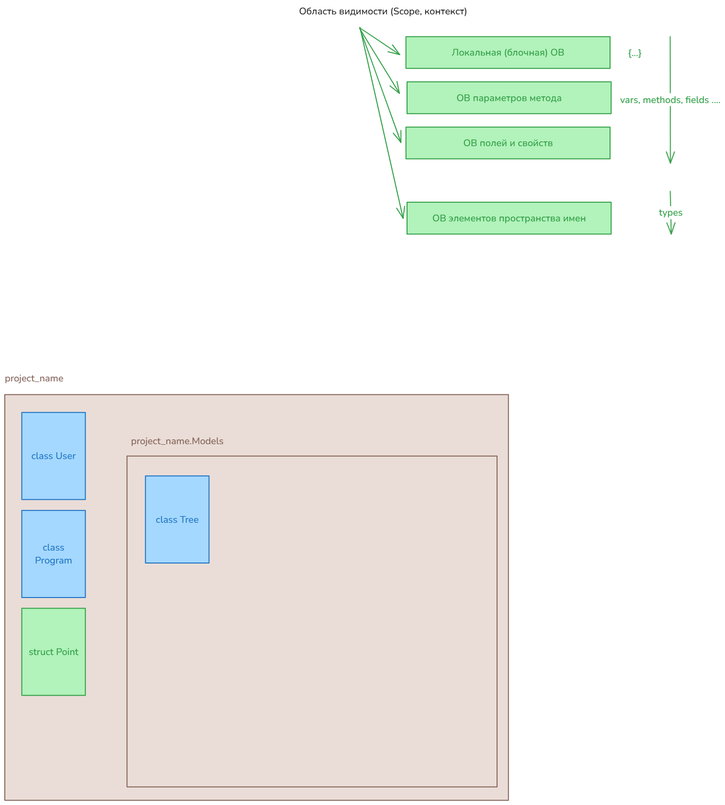
This is img/4.namespaces.excalidraw.png from silvercodes/p42_dotnet, a Excalidraw export, as it was before one commit. Source tidied: one line per element, renumbered; positions are measured from the earlier drawing's top-left corner, leaving out a move shared by most shapes.
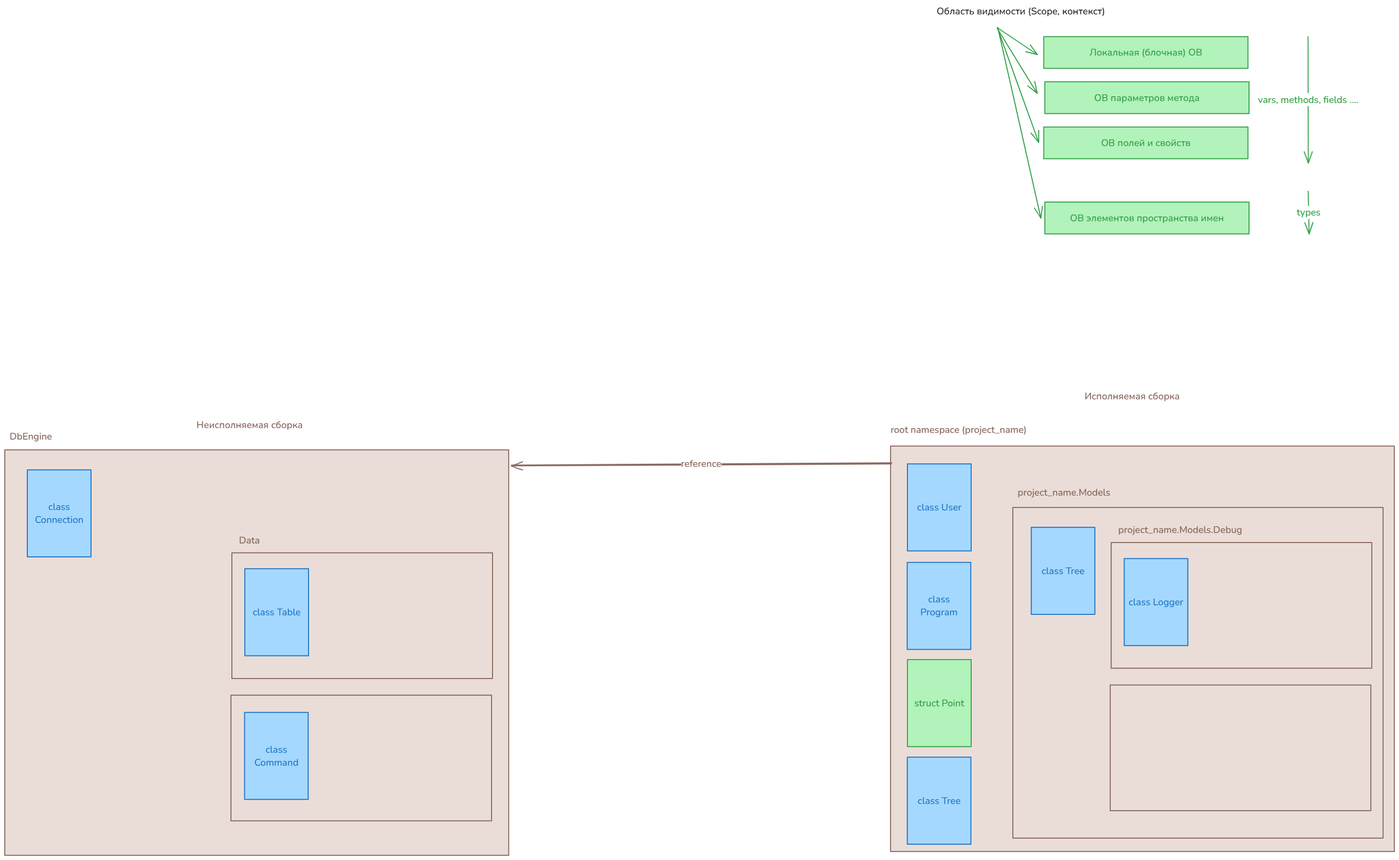
Later version of the same file.

Diff of the diagram source:
```diff
@@ -1,9 +1,9 @@
-{"id": 0, "type": "rectangle", "strokeColor": "#846358", "backgroundColor": "#eaddd7", "fillStyle": "solid", "strokeWidth": 2, "roughness": 0, "x": 0, "y": 814, "width": 1052, "height": 847}
+{"id": 29, "type": "rectangle", "strokeColor": "#846358", "backgroundColor": "#eaddd7", "fillStyle": "solid", "strokeWidth": 2, "roughness": 0, "x": 518, "y": 922, "width": 1052, "height": 847}
 {"id": 1, "type": "text", "text": "Область видимости (Scope, контекст)", "strokeColor": "#1e1e1e", "strokeWidth": 2, "roughness": 1, "fontSize": 20, "fontFamily": 6, "x": 614, "y": 0, "width": 351, "height": 27}
 {"id": 2, "type": "rectangle", "strokeColor": "#2f9e44", "backgroundColor": "#b2f2bb", "fillStyle": "solid", "strokeWidth": 2, "roughness": 0, "x": 838, "y": 66, "width": 426, "height": 66}
 {"id": 3, "type": "text", "text": "Локальная (блочная) ОВ", "strokeColor": "#2f9e44", "backgroundColor": "#b2f2bb", "fillStyle": "solid", "strokeWidth": 2, "roughness": 0, "fontSize": 20, "fontFamily": 6, "textAlign": "center", "verticalAlign": "middle", "inside": 2, "x": 933, "y": 86, "width": 235, "height": 27}
 {"id": 4, "type": "rectangle", "strokeColor": "#2f9e44", "backgroundColor": "#b2f2bb", "fillStyle": "solid", "strokeWidth": 2, "roughness": 0, "x": 840, "y": 161, "width": 426, "height": 66}
-{"id": 5, "type": "text", "text": "ОВ параметров метода", "strokeColor": "#2f9e44", "backgroundColor": "#b2f2bb", "fillStyle": "solid", "strokeWidth": 2, "roughness": 0, "fontSize": 20, "fontFamily": 6, "textAlign": "center", "verticalAlign": "middle", "inside": 4, "x": 943, "y": 181, "width": 220, "height": 27}
+{"id": 5, "type": "text", "text": "ОВ параметров метода", "strokeColor": "#2f9e44", "backgroundColor": "#b2f2bb", "fillStyle": "solid", "strokeWidth": 2, "roughness": 0, "fontSize": 20, "fontFamily": 6, "textAlign": "center", "verticalAlign": "middle", "inside": 4, "x": 943, "y": 180, "width": 220, "height": 27}
 {"id": 6, "type": "rectangle", "strokeColor": "#2f9e44", "backgroundColor": "#b2f2bb", "fillStyle": "solid", "strokeWidth": 2, "roughness": 0, "x": 838, "y": 255, "width": 426, "height": 66}
 {"id": 7, "type": "text", "text": "ОВ полей и свойств", "strokeColor": "#2f9e44", "backgroundColor": "#b2f2bb", "fillStyle": "solid", "strokeWidth": 2, "roughness": 0, "fontSize": 20, "fontFamily": 6, "textAlign": "center", "verticalAlign": "middle", "inside": 6, "x": 957, "y": 275, "width": 187, "height": 27}
 {"id": 8, "type": "rectangle", "strokeColor": "#2f9e44", "backgroundColor": "#b2f2bb", "fillStyle": "solid", "strokeWidth": 2, "roughness": 0, "x": 840, "y": 412, "width": 426, "height": 66}
@@ -13,17 +13,39 @@
 {"id": 12, "type": "arrow", "strokeColor": "#2f9e44", "backgroundColor": "#b2f2bb", "fillStyle": "solid", "strokeWidth": 2, "roughness": 0, "endArrowhead": "arrow", "round": true, "to": 6, "x": 741, "y": 48, "width": 86, "height": 239, "points": [[0, 0], [86, 239]]}
 {"id": 13, "type": "arrow", "strokeColor": "#2f9e44", "backgroundColor": "#b2f2bb", "fillStyle": "solid", "strokeWidth": 2, "roughness": 0, "endArrowhead": "arrow", "round": true, "to": 8, "x": 742, "y": 47, "width": 90, "height": 398, "points": [[0, 0], [90, 398]]}
 {"id": 14, "type": "arrow", "strokeColor": "#2f9e44", "backgroundColor": "#b2f2bb", "fillStyle": "solid", "strokeWidth": 2, "roughness": 0, "endArrowhead": "arrow", "round": true, "x": 1389, "y": 66, "width": 1, "height": 264, "points": [[0, 0], [1, 264]]}
-{"id": 15, "type": "text", "text": "vars, methods, fields ....", "strokeColor": "#2f9e44", "backgroundColor": "#b2f2bb", "fillStyle": "solid", "strokeWidth": 2, "roughness": 0, "fontSize": 20, "fontFamily": 6, "textAlign": "center", "verticalAlign": "middle", "inside": 14, "x": 1219, "y": 180, "width": 210, "height": 27}
+{"id": 15, "type": "text", "text": "vars, methods, fields ....", "strokeColor": "#2f9e44", "backgroundColor": "#b2f2bb", "fillStyle": "solid", "strokeWidth": 2, "roughness": 0, "fontSize": 20, "fontFamily": 6, "textAlign": "center", "verticalAlign": "middle", "inside": 14, "x": 1737, "y": 288, "width": 210, "height": 27}
 {"id": 16, "type": "arrow", "strokeColor": "#2f9e44", "backgroundColor": "#b2f2bb", "fillStyle": "solid", "strokeWidth": 2, "roughness": 0, "endArrowhead": "arrow", "round": true, "x": 1390, "y": 389, "width": 2, "height": 89, "points": [[0, 0], [2, 89]]}
-{"id": 17, "type": "text", "text": "types", "strokeColor": "#2f9e44", "backgroundColor": "#b2f2bb", "fillStyle": "solid", "strokeWidth": 2, "roughness": 0, "fontSize": 20, "fontFamily": 6, "textAlign": "center", "verticalAlign": "middle", "inside": 16, "x": 1298, "y": 430, "width": 50, "height": 27}
+{"id": 17, "type": "text", "text": "types", "strokeColor": "#2f9e44", "backgroundColor": "#b2f2bb", "fillStyle": "solid", "strokeWidth": 2, "roughness": 0, "fontSize": 20, "fontFamily": 6, "textAlign": "center", "verticalAlign": "middle", "inside": 16, "x": 1816, "y": 538, "width": 50, "height": 27}
-{"id": 18, "type": "rectangle", "strokeColor": "#1971c2", "backgroundColor": "#a5d8ff", "fillStyle": "solid", "strokeWidth": 2, "roughness": 0, "x": 35, "y": 851, "width": 133, "height": 182}
+{"id": 18, "type": "rectangle", "strokeColor": "#1971c2", "backgroundColor": "#a5d8ff", "fillStyle": "solid", "strokeWidth": 2, "roughness": 0, "x": 553, "y": 959, "width": 133, "height": 182}
-{"id": 19, "type": "text", "text": "class User", "strokeColor": "#1971c2", "backgroundColor": "#a5d8ff", "fillStyle": "solid", "strokeWidth": 2, "roughness": 0, "fontSize": 20, "fontFamily": 6, "textAlign": "center", "verticalAlign": "middle", "inside": 18, "x": 55, "y": 928, "width": 93, "height": 27}
+{"id": 19, "type": "text", "text": "class User", "strokeColor": "#1971c2", "backgroundColor": "#a5d8ff", "fillStyle": "solid", "strokeWidth": 2, "roughness": 0, "fontSize": 20, "fontFamily": 6, "textAlign": "center", "verticalAlign": "middle", "inside": 18, "x": 573, "y": 1036, "width": 93, "height": 27}
-{"id": 20, "type": "text", "text": "project_name", "strokeColor": "#846358", "backgroundColor": "#eaddd7", "fillStyle": "solid", "strokeWidth": 2, "roughness": 0, "fontSize": 20, "fontFamily": 6, "x": 0, "y": 765, "width": 122, "height": 27}
+{"id": 20, "type": "text", "text": "root namespace (project_name)", "strokeColor": "#846358", "backgroundColor": "#eaddd7", "fillStyle": "solid", "strokeWidth": 2, "roughness": 0, "fontSize": 20, "fontFamily": 6, "x": 518, "y": 873, "width": 284, "height": 27}
-{"id": 21, "type": "rectangle", "strokeColor": "#1971c2", "backgroundColor": "#a5d8ff", "fillStyle": "solid", "strokeWidth": 2, "roughness": 0, "x": 35, "y": 1055, "width": 133, "height": 182}
+{"id": 21, "type": "rectangle", "strokeColor": "#1971c2", "backgroundColor": "#a5d8ff", "fillStyle": "solid", "strokeWidth": 2, "roughness": 0, "x": 553, "y": 1165, "width": 133, "height": 182}
-{"id": 22, "type": "text", "text": "class\nProgram", "strokeColor": "#1971c2", "backgroundColor": "#a5d8ff", "fillStyle": "solid", "strokeWidth": 2, "roughness": 0, "fontSize": 20, "fontFamily": 6, "textAlign": "center", "verticalAlign": "middle", "inside": 21, "x": 63, "y": 1119, "width": 78, "height": 54}
+{"id": 22, "type": "text", "text": "class\nProgram", "strokeColor": "#1971c2", "backgroundColor": "#a5d8ff", "fillStyle": "solid", "strokeWidth": 2, "roughness": 0, "fontSize": 20, "fontFamily": 6, "textAlign": "center", "verticalAlign": "middle", "inside": 21, "x": 580, "y": 1228, "width": 78, "height": 54}
-{"id": 23, "type": "rectangle", "strokeColor": "#2f9e44", "backgroundColor": "#b2f2bb", "fillStyle": "solid", "strokeWidth": 2, "roughness": 0, "x": 35, "y": 1259, "width": 133, "height": 182}
+{"id": 23, "type": "rectangle", "strokeColor": "#2f9e44", "backgroundColor": "#b2f2bb", "fillStyle": "solid", "strokeWidth": 2, "roughness": 0, "x": 553, "y": 1367, "width": 133, "height": 182}
-{"id": 24, "type": "text", "text": "struct Point", "strokeColor": "#2f9e44", "backgroundColor": "#a5d8ff", "fillStyle": "solid", "strokeWidth": 2, "roughness": 0, "fontSize": 20, "fontFamily": 6, "textAlign": "center", "verticalAlign": "middle", "inside": 23, "x": 50, "y": 1337, "width": 104, "height": 27}
+{"id": 24, "type": "text", "text": "struct Point", "strokeColor": "#2f9e44", "backgroundColor": "#a5d8ff", "fillStyle": "solid", "strokeWidth": 2, "roughness": 0, "fontSize": 20, "fontFamily": 6, "textAlign": "center", "verticalAlign": "middle", "inside": 23, "x": 568, "y": 1445, "width": 104, "height": 27}
-{"id": 25, "type": "rectangle", "strokeColor": "#846358", "backgroundColor": "#eaddd7", "fillStyle": "solid", "strokeWidth": 2, "roughness": 0, "x": 255, "y": 942, "width": 773, "height": 691}
+{"id": 30, "type": "rectangle", "strokeColor": "#846358", "backgroundColor": "#eaddd7", "fillStyle": "solid", "strokeWidth": 2, "roughness": 0, "x": 773, "y": 1050, "width": 773, "height": 691}
+{"id": 31, "type": "rectangle", "strokeColor": "#1971c2", "backgroundColor": "#a5d8ff", "fillStyle": "solid", "strokeWidth": 2, "roughness": 0, "x": 812, "y": 1091, "width": 133, "height": 182}
+{"id": 32, "type": "text", "text": "class Tree", "strokeColor": "#1971c2", "backgroundColor": "#a5d8ff", "fillStyle": "solid", "strokeWidth": 2, "roughness": 0, "fontSize": 20, "fontFamily": 6, "textAlign": "center", "verticalAlign": "middle", "inside": 31, "x": 833, "y": 1169, "width": 90, "height": 27}
+{"id": 33, "type": "text", "text": "project_name.Models", "strokeColor": "#846358", "backgroundColor": "#b2f2bb", "fillStyle": "solid", "strokeWidth": 2, "roughness": 0, "fontSize": 20, "fontFamily": 6, "x": 783, "y": 1004, "width": 193, "height": 27}
+{"id": 34, "type": "rectangle", "strokeColor": "#1971c2", "backgroundColor": "#a5d8ff", "fillStyle": "solid", "strokeWidth": 2, "roughness": 0, "x": 553, "y": 1571, "width": 133, "height": 182}
+{"id": 35, "type": "text", "text": "class Tree", "strokeColor": "#1971c2", "backgroundColor": "#a5d8ff", "fillStyle": "solid", "strokeWidth": 2, "roughness": 0, "fontSize": 20, "fontFamily": 6, "textAlign": "center", "verticalAlign": "middle", "inside": 34, "x": 575, "y": 1649, "width": 90, "height": 27}
+{"id": 36, "type": "rectangle", "strokeColor": "#846358", "backgroundColor": "#eaddd7", "fillStyle": "solid", "strokeWidth": 2, "roughness": 0, "x": 979, "y": 1123, "width": 544, "height": 263}
+{"id": 37, "type": "text", "text": "project_name.Models.Debug", "strokeColor": "#846358", "backgroundColor": "#b2f2bb", "fillStyle": "solid", "strokeWidth": 2, "roughness": 0, "fontSize": 20, "fontFamily": 6, "x": 993, "y": 1083, "width": 291, "height": 27}
+{"id": 38, "type": "rectangle", "strokeColor": "#1971c2", "backgroundColor": "#a5d8ff", "fillStyle": "solid", "strokeWidth": 2, "roughness": 0, "x": 1006, "y": 1157, "width": 133, "height": 182}
+{"id": 39, "type": "text", "text": "class Logger", "strokeColor": "#1971c2", "backgroundColor": "#a5d8ff", "fillStyle": "solid", "strokeWidth": 2, "roughness": 0, "fontSize": 20, "fontFamily": 6, "textAlign": "center", "verticalAlign": "middle", "inside": 38, "x": 1015, "y": 1234, "width": 114, "height": 27}
+{"id": 40, "type": "rectangle", "strokeColor": "#846358", "backgroundColor": "#eaddd7", "fillStyle": "solid", "strokeWidth": 2, "roughness": 0, "x": 977, "y": 1420, "width": 544, "height": 263}
+{"id": 0, "type": "rectangle", "strokeColor": "#846358", "backgroundColor": "#eaddd7", "fillStyle": "solid", "strokeWidth": 2, "roughness": 0, "x": -1331, "y": 930, "width": 1052, "height": 847}
-{"id": 26, "type": "rectangle", "strokeColor": "#1971c2", "backgroundColor": "#a5d8ff", "fillStyle": "solid", "strokeWidth": 2, "roughness": 0, "x": 294, "y": 983, "width": 133, "height": 182}
+{"id": 26, "type": "rectangle", "strokeColor": "#1971c2", "backgroundColor": "#a5d8ff", "fillStyle": "solid", "strokeWidth": 2, "roughness": 0, "x": -1284, "y": 971, "width": 133, "height": 182}
-{"id": 27, "type": "text", "text": "class Tree", "strokeColor": "#1971c2", "backgroundColor": "#a5d8ff", "fillStyle": "solid", "strokeWidth": 2, "roughness": 0, "fontSize": 20, "fontFamily": 6, "textAlign": "center", "verticalAlign": "middle", "inside": 26, "x": 315, "y": 1061, "width": 90, "height": 27}
+{"id": 27, "type": "text", "text": "class\nConnection", "strokeColor": "#1971c2", "backgroundColor": "#a5d8ff", "fillStyle": "solid", "strokeWidth": 2, "roughness": 0, "fontSize": 20, "fontFamily": 6, "textAlign": "center", "verticalAlign": "middle", "inside": 26, "x": -1268, "y": 1035, "width": 102, "height": 54}
+{"id": 41, "type": "rectangle", "strokeColor": "#846358", "backgroundColor": "#eaddd7", "fillStyle": "solid", "strokeWidth": 2, "roughness": 0, "x": -857, "y": 1144, "width": 544, "height": 263}
-{"id": 28, "type": "text", "text": "project_name.Models", "strokeColor": "#846358", "backgroundColor": "#b2f2bb", "fillStyle": "solid", "strokeWidth": 2, "roughness": 0, "fontSize": 20, "fontFamily": 6, "x": 263, "y": 896, "width": 193, "height": 27}
+{"id": 28, "type": "text", "text": "Data", "strokeColor": "#846358", "backgroundColor": "#b2f2bb", "fillStyle": "solid", "strokeWidth": 2, "roughness": 0, "fontSize": 20, "fontFamily": 6, "x": -842, "y": 1104, "width": 291, "height": 27}
+{"id": 42, "type": "rectangle", "strokeColor": "#1971c2", "backgroundColor": "#a5d8ff", "fillStyle": "solid", "strokeWidth": 2, "roughness": 0, "x": -830, "y": 1178, "width": 133, "height": 182}
+{"id": 43, "type": "text", "text": "class Table", "strokeColor": "#1971c2", "backgroundColor": "#a5d8ff", "fillStyle": "solid", "strokeWidth": 2, "roughness": 0, "fontSize": 20, "fontFamily": 6, "textAlign": "center", "verticalAlign": "middle", "inside": 42, "x": -813, "y": 1255, "width": 100, "height": 27}
+{"id": 25, "type": "rectangle", "strokeColor": "#846358", "backgroundColor": "#eaddd7", "fillStyle": "solid", "strokeWidth": 2, "roughness": 0, "x": -859, "y": 1442, "width": 544, "height": 263}
+{"id": 44, "type": "rectangle", "strokeColor": "#1971c2", "backgroundColor": "#a5d8ff", "fillStyle": "solid", "strokeWidth": 2, "roughness": 0, "x": -830, "y": 1478, "width": 133, "height": 182}
+{"id": 45, "type": "text", "text": "class\nCommand", "strokeColor": "#1971c2", "backgroundColor": "#a5d8ff", "fillStyle": "solid", "strokeWidth": 2, "roughness": 0, "fontSize": 20, "fontFamily": 6, "textAlign": "center", "verticalAlign": "middle", "inside": 44, "x": -810, "y": 1542, "width": 92, "height": 54}
+{"id": 46, "type": "text", "text": "Исполняемая сборка", "strokeColor": "#846358", "strokeWidth": 2, "roughness": 1, "fontSize": 20, "fontFamily": 6, "x": 923, "y": 804, "width": 199, "height": 27}
+{"id": 47, "type": "text", "text": "Неисполняемая сборка", "strokeColor": "#846358", "strokeWidth": 2, "roughness": 1, "fontSize": 20, "fontFamily": 6, "x": -931, "y": 864, "width": 222, "height": 27}
+{"id": 48, "type": "arrow", "strokeColor": "#846358", "strokeWidth": 2, "roughness": 1, "endArrowhead": "arrow", "round": true, "from": 29, "to": 0, "x": 519, "y": 956, "width": 793, "height": 4, "points": [[0, 0], [-793, 4]]}
+{"id": 49, "type": "text", "text": "reference", "strokeColor": "#846358", "strokeWidth": 2, "roughness": 1, "fontSize": 20, "fontFamily": 6, "textAlign": "center", "verticalAlign": "middle", "inside": 48, "x": 81, "y": 945, "width": 84, "height": 27}
+{"id": 50, "type": "text", "text": "DbEngine", "strokeColor": "#846358", "strokeWidth": 2, "roughness": 1, "fontSize": 20, "fontFamily": 6, "x": -1321, "y": 888, "width": 88, "height": 27}
```
